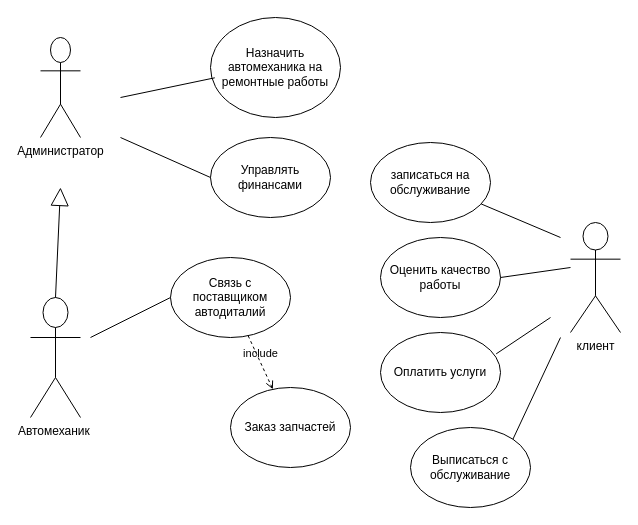
Above: Диаграмма без названия.drawio in Kerckk/auto_repair (draw.io), before the change. Source tidied: cells renumbered, new cells numbered last; positions are measured from the earlier drawing's top-left corner, leaving out a move shared by most shapes. Both pictures are drawn from the tidied source at 100%, with x=0, y=0 at pixel (30, 17).
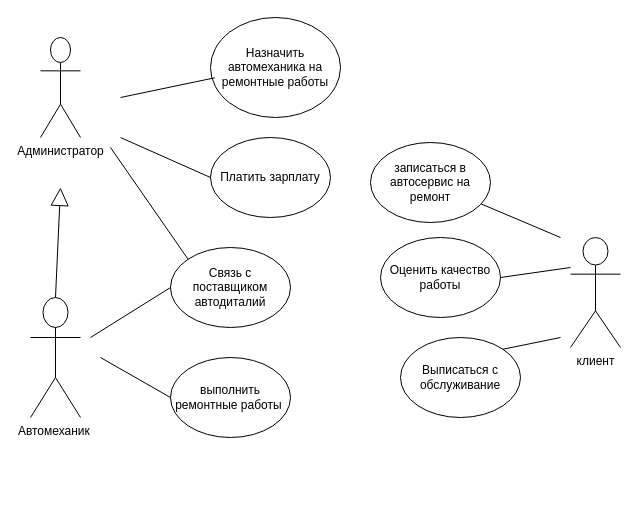
The same page after the edit.

What changed in the source:
```diff
@@
     <mxCell id="3" value="клиент" style="shape=umlActor;verticalLabelPosition=bottom;verticalAlign=top;html=1;" parent="1" vertex="1">
-      <mxGeometry x="540" y="205" width="50" height="110" as="geometry" />
+      <mxGeometry x="540" y="220" width="50" height="110" as="geometry" />
     </mxCell>
@@
-    <mxCell id="7" value="Управлять финансами" style="ellipse;whiteSpace=wrap;html=1;" parent="1" vertex="1">
+    <mxCell id="7" value="Платить зарплату" style="ellipse;whiteSpace=wrap;html=1;" parent="1" vertex="1">
       <mxGeometry x="180" y="120" width="120" height="80" as="geometry" />
     </mxCell>
@@
     <mxCell id="9" value="Связь с поставщиком автодиталий" style="ellipse;whiteSpace=wrap;html=1;" parent="1" vertex="1">
-      <mxGeometry x="140" y="240" width="120" height="80" as="geometry" />
+      <mxGeometry x="140" y="230" width="120" height="80" as="geometry" />
     </mxCell>
@@
-    <mxCell id="11" value="include" style="html=1;verticalAlign=bottom;labelBackgroundColor=none;endArrow=open;endFill=0;dashed=1;rounded=0;" parent="1" edge="1" source="9" target="12">
-      <mxGeometry relative="1" as="geometry" />
-    </mxCell>
-    <mxCell id="12" value="Заказ запчастей" style="ellipse;whiteSpace=wrap;html=1;" parent="1" vertex="1">
-      <mxGeometry x="200" y="370" width="120" height="80" as="geometry" />
-    </mxCell>
@@
-    <mxCell id="14" value="записаться на обслуживание" style="ellipse;whiteSpace=wrap;html=1;" parent="1" vertex="1">
+    <mxCell id="14" value="записаться в автосервис на ремонт" style="ellipse;whiteSpace=wrap;html=1;" parent="1" vertex="1">
       <mxGeometry x="340" y="125" width="120" height="80" as="geometry" />
     </mxCell>
@@
-    <mxCell id="18" value="Оплатить услуги" style="ellipse;whiteSpace=wrap;html=1;" parent="1" vertex="1">
-      <mxGeometry x="350" y="315" width="120" height="80" as="geometry" />
-    </mxCell>
-    <mxCell id="19" style="endArrow=none;html=1;rounded=0;exitX=0.964;exitY=0.267;exitDx=0;exitDy=0;exitPerimeter=0;" parent="1" edge="1" source="18">
-      <mxGeometry relative="1" as="geometry">
-        <mxPoint x="520" y="300" as="targetPoint" />
-      </mxGeometry>
-    </mxCell>
     <mxCell id="20" value="Выписаться с обслуживание" style="ellipse;whiteSpace=wrap;html=1;" parent="1" vertex="1">
-      <mxGeometry x="380" y="410" width="120" height="80" as="geometry" />
+      <mxGeometry x="370" y="320" width="120" height="80" as="geometry" />
     </mxCell>
@@
+    <mxCell id="22" value="выполнить ремонтные работы&amp;nbsp;" style="ellipse;whiteSpace=wrap;html=1;" parent="1" vertex="1">
+      <mxGeometry x="140" y="340" width="120" height="80" as="geometry" />
+    </mxCell>
+    <mxCell id="23" style="endArrow=none;html=1;rounded=0;entryX=0;entryY=0.5;entryDx=0;entryDy=0;" parent="1" edge="1" target="22">
+      <mxGeometry relative="1" as="geometry">
+        <mxPoint x="70" y="340" as="sourcePoint" />
+      </mxGeometry>
+    </mxCell>
+    <mxCell id="24" style="endArrow=none;html=1;rounded=0;entryX=0;entryY=0;entryDx=0;entryDy=0;" parent="1" edge="1" target="9">
+      <mxGeometry relative="1" as="geometry">
+        <mxPoint x="80" y="130" as="sourcePoint" />
+      </mxGeometry>
+    </mxCell>
```
